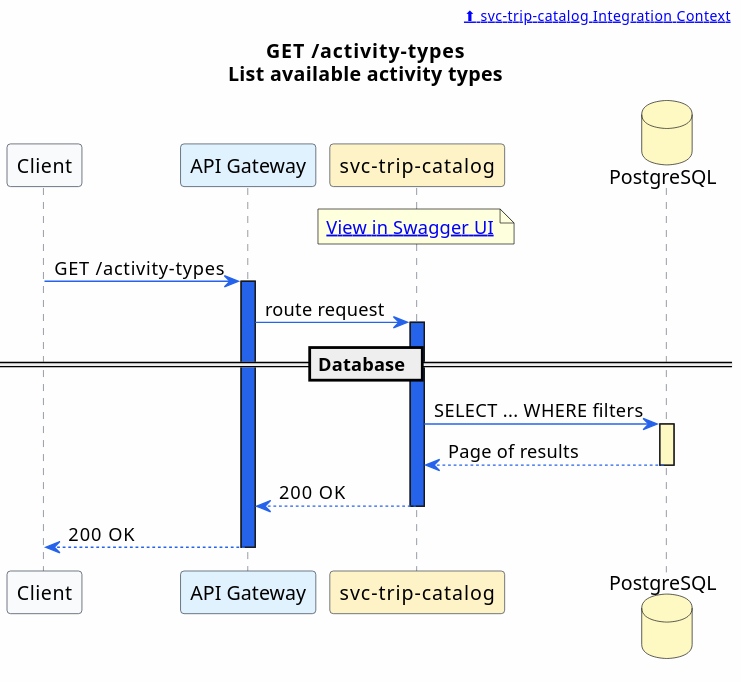
Above: portal/docs/microservices/svg/svc-trip-catalog--get-activity-types.svg in christopherblaisdell/continuous-architecture-platform-poc (PlantUML), before the change. Its diagram source:
```plantuml
@startuml
skinparam backgroundColor #FEFEFE
skinparam shadowing false
skinparam defaultFontName "Segoe UI"
skinparam sequence {
    ArrowColor #2563eb
    ParticipantBorderColor #374151
    ParticipantBackgroundColor #F9FAFB
    LifeLineBorderColor #6B7280
    BoxBorderColor #94A3B8
    BoxBackgroundColor #F8FAFC
    NoteBorderColor #64748B
    NoteBackgroundColor #F8FAFC
}

header [[/microservices/svc-trip-catalog/#integration-context ⬆ svc-trip-catalog Integration Context]]

title GET /activity-types\nList available activity types

participant "Client" as Client [[/applications/]]
participant "API Gateway" as GW [[/actors/#api-gateway]] #E0F2FE
participant "svc-trip-catalog" as Svc [[/microservices/svc-trip-catalog/]] #FEF3C7
database "PostgreSQL" as DB [[/microservices/svc-trip-catalog/#data-store]] #FEF9C3

note over Svc
  [[/services/api/svc-trip-catalog.html#/Reference%20Data/listActivityTypes View in Swagger UI]]
end note

Client -> GW : GET /activity-types
activate GW #2563eb
GW -> Svc : route request
activate Svc #2563eb

== Database ==

Svc -> DB : SELECT ... WHERE filters
activate DB #FEF9C3
DB --> Svc : Page of results
deactivate DB

Svc --> GW : 200 OK
deactivate Svc
GW --> Client : 200 OK
deactivate GW
@enduml
```
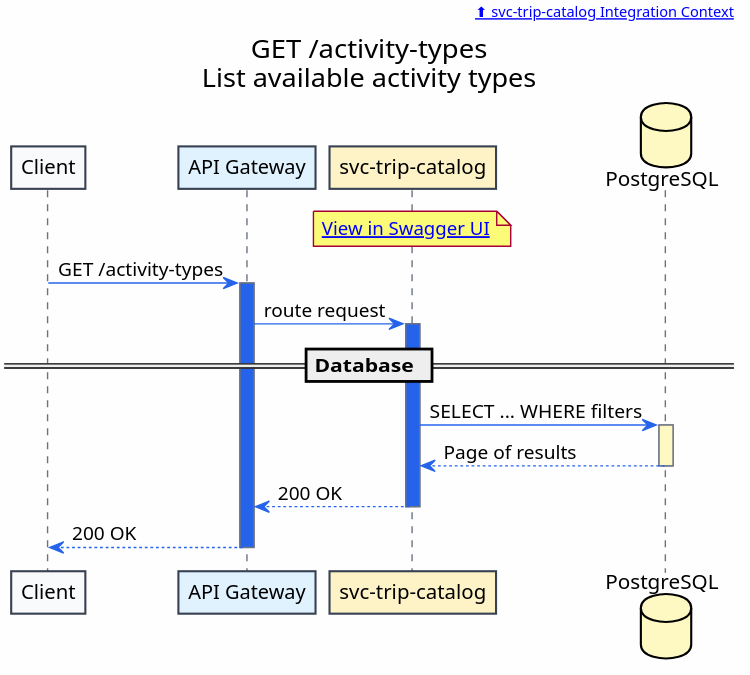
After the commit.

Diff of the diagram source:
```diff
@@ -1,4 +1,5 @@
-@startuml
+@startuml svc-trip-catalog--get-activity-types
+
 skinparam backgroundColor #FEFEFE
 skinparam shadowing false
 skinparam defaultFontName "Segoe UI"
@@ -42,4 +43,5 @@
 deactivate Svc
 GW --> Client : 200 OK
 deactivate GW
+
 @enduml
```
